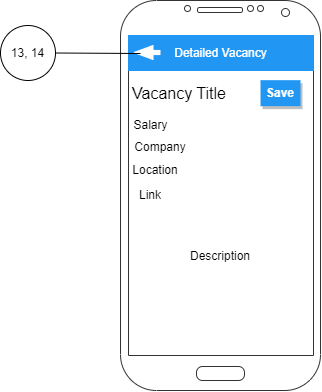
NikitunPVLK/JobSeeker keeps this draw.io diagram as Mockups — копия/DetailedVacancy.drawio.png. Above is the earlier version. Source tidied: cells renumbered, new cells last; positions are measured from the earlier drawing's top-left corner, leaving out a move shared by most shapes. The source it was exported from:
```xml
<mxGraphModel>
  <root>
    <mxCell id="0" />
    <mxCell id="1" parent="0" />
    <mxCell id="2" style="verticalLabelPosition=bottom;verticalAlign=top;html=1;shadow=0;dashed=0;strokeWidth=1;shape=mxgraph.android.phone2;strokeColor=#333333;" parent="1" vertex="1">
      <mxGeometry x="120" width="200" height="390" as="geometry" />
    </mxCell>
    <mxCell id="3" value="Save" style="whiteSpace=wrap;html=1;dashed=0;align=center;fontSize=12;shape=rect;fillColor=#2196F3;strokeColor=none;fontStyle=1;shadow=1;fontColor=#ffffff;" parent="1" vertex="1">
      <mxGeometry x="260" y="79.7" width="40" height="26" as="geometry" />
    </mxCell>
    <mxCell id="4" value="&lt;font style=&quot;font-size: 16px;&quot;&gt;Vacancy Title&amp;nbsp;&lt;/font&gt;" style="text;html=1;strokeColor=none;fillColor=none;align=left;verticalAlign=middle;whiteSpace=wrap;rounded=0;" parent="1" vertex="1">
      <mxGeometry x="130" y="70" width="120" height="45.3" as="geometry" />
    </mxCell>
    <mxCell id="5" value="Salary" style="text;html=1;strokeColor=none;fillColor=none;align=center;verticalAlign=middle;whiteSpace=wrap;rounded=0;" parent="1" vertex="1">
      <mxGeometry x="130" y="115.3" width="40.5" height="20" as="geometry" />
    </mxCell>
    <mxCell id="6" value="Company" style="text;html=1;strokeColor=none;fillColor=none;align=center;verticalAlign=middle;whiteSpace=wrap;rounded=0;" parent="1" vertex="1">
      <mxGeometry x="130" y="135.3" width="60" height="23.1" as="geometry" />
    </mxCell>
    <mxCell id="7" value="Location" style="text;html=1;strokeColor=none;fillColor=none;align=center;verticalAlign=middle;whiteSpace=wrap;rounded=0;" parent="1" vertex="1">
      <mxGeometry x="130" y="158.4" width="50" height="23.6" as="geometry" />
    </mxCell>
    <mxCell id="8" value="Description" style="text;html=1;strokeColor=none;fillColor=none;align=center;verticalAlign=middle;whiteSpace=wrap;rounded=0;" parent="1" vertex="1">
      <mxGeometry x="165" y="241" width="110" height="30" as="geometry" />
    </mxCell>
    <mxCell id="9" value="Detailed Vacancy" style="rounded=0;whiteSpace=wrap;html=1;align=center;strokeColor=#2196F3;fontColor=#FFFFFF;fillColor=#2196F3;" parent="1" vertex="1">
      <mxGeometry x="128" y="35" width="185" height="35" as="geometry" />
    </mxCell>
    <mxCell id="10" style="shape=flexArrow;endArrow=classic;html=1;rounded=0;endWidth=8.8;endSize=6.011627906976745;width=4.186046511627907;strokeColor=#FFFFFF;fillColor=default;" parent="1" edge="1">
      <mxGeometry relative="1" as="geometry">
        <mxPoint x="160" y="52" as="sourcePoint" />
        <mxPoint x="133" y="52" as="targetPoint" />
      </mxGeometry>
    </mxCell>
    <mxCell id="11" value="Link" style="text;html=1;strokeColor=none;fillColor=none;align=center;verticalAlign=middle;whiteSpace=wrap;rounded=0;" parent="1" vertex="1">
      <mxGeometry x="120" y="180" width="60" height="30" as="geometry" />
    </mxCell>
    <mxCell id="12" value="13, 14" style="ellipse;whiteSpace=wrap;html=1;" parent="1" vertex="1">
      <mxGeometry y="25" width="55" height="55" as="geometry" />
    </mxCell>
    <mxCell id="13" style="endArrow=none;html=1;rounded=0;exitX=1;exitY=0.5;exitDx=0;exitDy=0;" parent="1" edge="1" source="12">
      <mxGeometry relative="1" as="geometry">
        <mxPoint x="140" y="53" as="targetPoint" />
      </mxGeometry>
    </mxCell>
  </root>
</mxGraphModel>
```
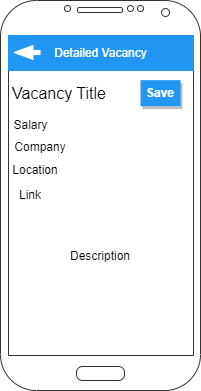
Later version of the same file.

Change to the diagram source:
```diff
@@ -35,13 +35,5 @@
     <mxCell id="11" value="Link" style="text;html=1;strokeColor=none;fillColor=none;align=center;verticalAlign=middle;whiteSpace=wrap;rounded=0;" parent="1" vertex="1">
       <mxGeometry x="120" y="180" width="60" height="30" as="geometry" />
     </mxCell>
-    <mxCell id="12" value="13, 14" style="ellipse;whiteSpace=wrap;html=1;" parent="1" vertex="1">
-      <mxGeometry y="25" width="55" height="55" as="geometry" />
-    </mxCell>
-    <mxCell id="13" style="endArrow=none;html=1;rounded=0;exitX=1;exitY=0.5;exitDx=0;exitDy=0;" parent="1" edge="1" source="12">
-      <mxGeometry relative="1" as="geometry">
-        <mxPoint x="140" y="53" as="targetPoint" />
-      </mxGeometry>
-    </mxCell>
   </root>
 </mxGraphModel>
```
